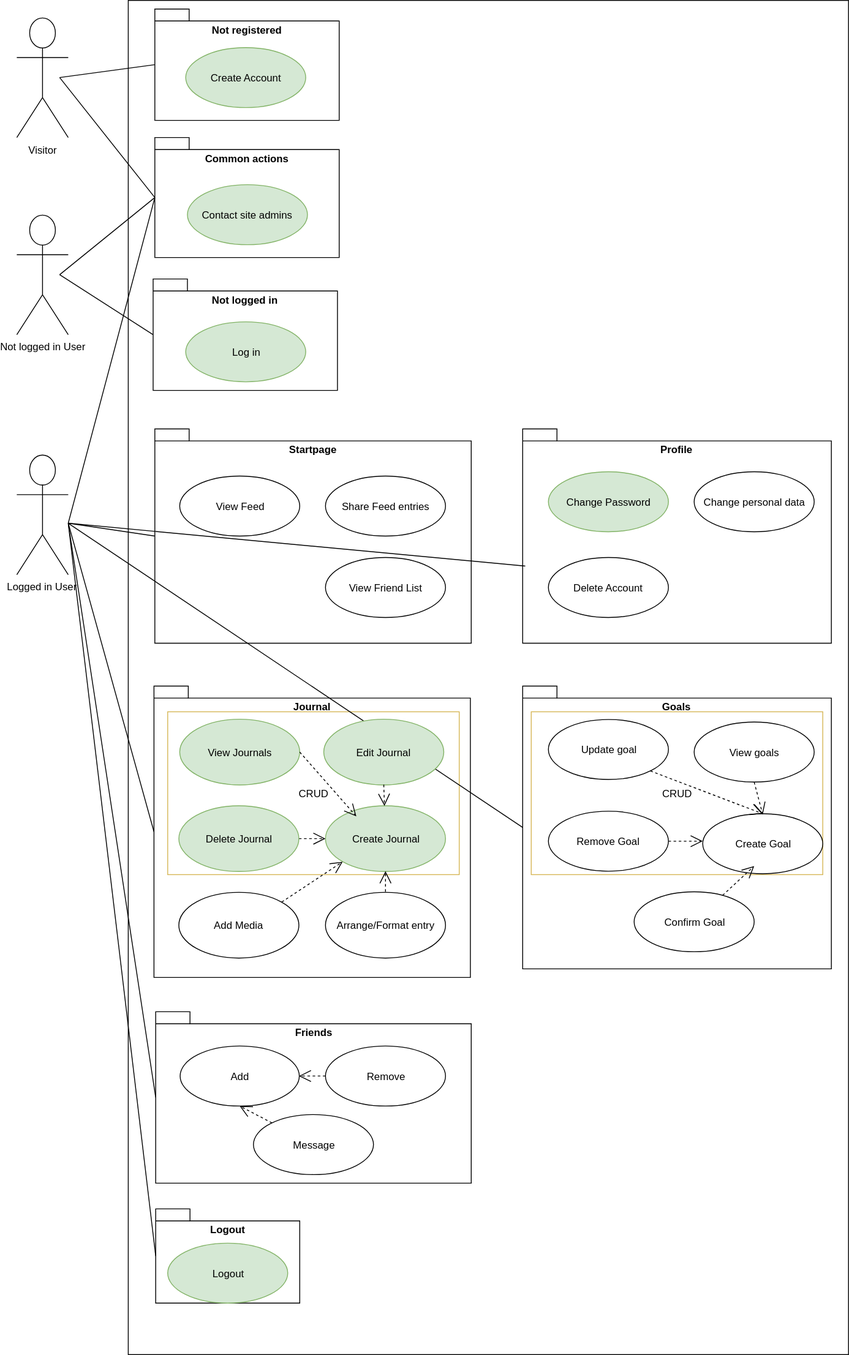
This is documentation/images/UCD.svg from Toaster996/softwareengineering, a draw.io export, as it was before one commit. Source tidied: cells renumbered, new cells last; positions are measured from the earlier drawing's top-left corner, leaving out a move shared by most shapes.
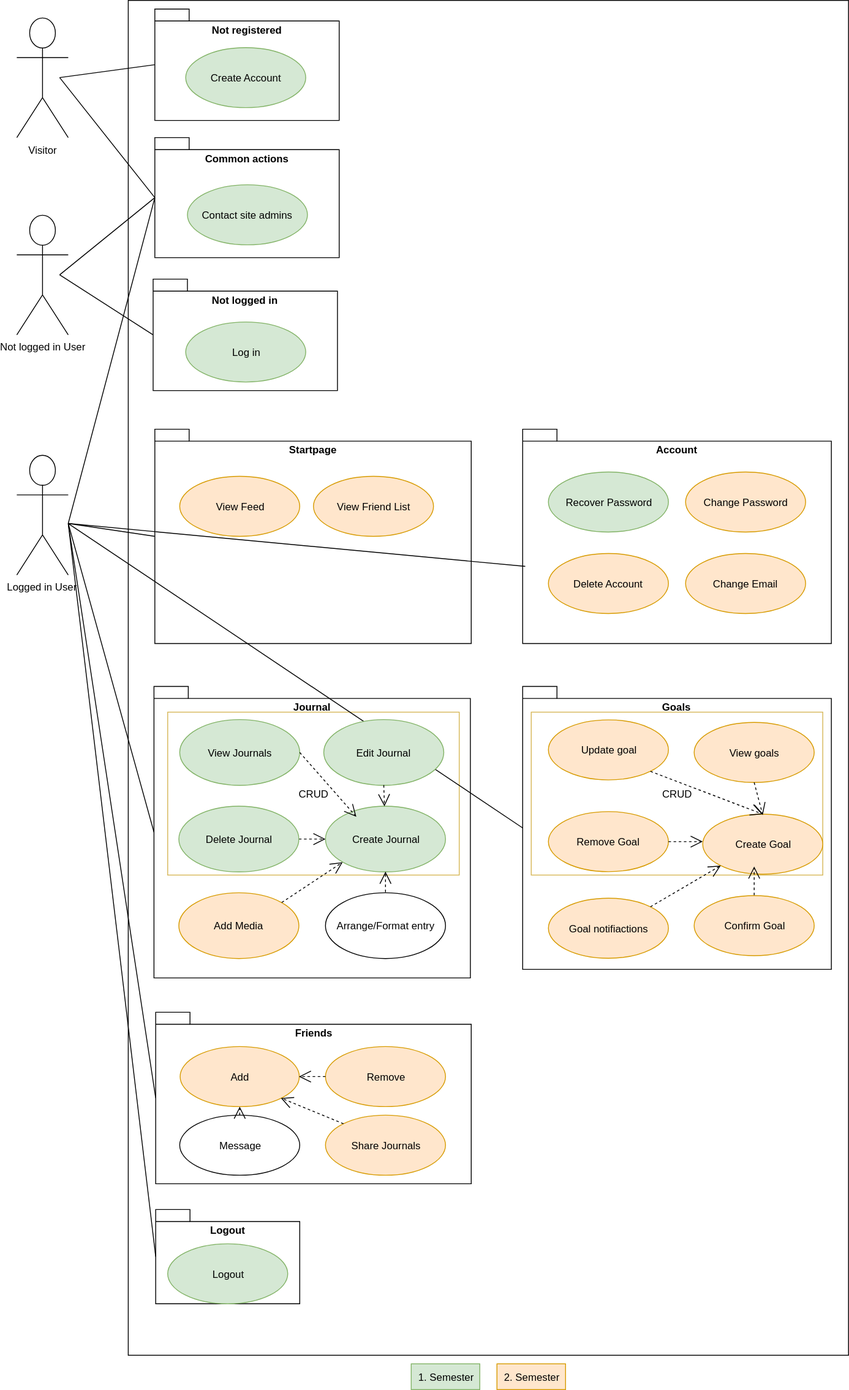
The same diagram one commit later.

Diff of the diagram source:
```diff
@@ -5,6 +5,9 @@
     <mxCell id="2" value="&lt;div&gt;&lt;br&gt;&lt;/div&gt;&lt;div&gt;&lt;br&gt;&lt;/div&gt;" style="html=1;" parent="1" vertex="1">
       <mxGeometry x="130" width="840" height="1580" as="geometry" />
     </mxCell>
+    <mxCell id="66" value="Account" style="shape=folder;fontStyle=1;spacingTop=10;tabWidth=40;tabHeight=14;tabPosition=left;html=1;verticalAlign=top;" parent="1" vertex="1">
+      <mxGeometry x="590" y="500" width="360" height="250" as="geometry" />
+    </mxCell>
     <mxCell id="3" value="Journal" style="shape=folder;fontStyle=1;spacingTop=10;tabWidth=40;tabHeight=14;tabPosition=left;html=1;verticalAlign=top;" parent="1" vertex="1">
       <mxGeometry x="160" y="800" width="369" height="340" as="geometry" />
     </mxCell>
@@ -76,52 +79,43 @@
     <mxCell id="23" value="Startpa&lt;span&gt;ge&lt;/span&gt;" style="shape=folder;fontStyle=1;spacingTop=10;tabWidth=40;tabHeight=14;tabPosition=left;html=1;verticalAlign=top;" parent="1" vertex="1">
       <mxGeometry x="161" y="500" width="369" height="250" as="geometry" />
     </mxCell>
-    <mxCell id="24" value="View Feed" style="ellipse;whiteSpace=wrap;html=1;fillColor=#ffffff;strokeColor=#000000;" parent="1" vertex="1">
+    <mxCell id="24" value="View Feed" style="ellipse;whiteSpace=wrap;html=1;fillColor=#ffe6cc;strokeColor=#d79b00;" parent="1" vertex="1">
       <mxGeometry x="190" y="555" width="140" height="70" as="geometry" />
     </mxCell>
-    <mxCell id="25" value="Share Feed entries" style="ellipse;whiteSpace=wrap;html=1;" parent="1" vertex="1">
-      <mxGeometry x="360" y="555" width="140" height="70" as="geometry" />
-    </mxCell>
     <mxCell id="26" style="endArrow=none;html=1;entryX=0;entryY=0.5;" parent="1" edge="1" target="3">
       <mxGeometry relative="1" as="geometry">
         <mxPoint x="60" y="610" as="sourcePoint" />
       </mxGeometry>
     </mxCell>
-    <mxCell id="27" value="View Friend List" style="ellipse;whiteSpace=wrap;html=1;" parent="1" vertex="1">
-      <mxGeometry x="360" y="650" width="140" height="70" as="geometry" />
+    <mxCell id="27" value="View Friend List" style="ellipse;whiteSpace=wrap;html=1;fillColor=#ffe6cc;strokeColor=#d79b00;" parent="1" vertex="1">
+      <mxGeometry x="346" y="554.5" width="140" height="70" as="geometry" />
     </mxCell>
-    <mxCell id="28" value="Profile" style="shape=folder;fontStyle=1;spacingTop=10;tabWidth=40;tabHeight=14;tabPosition=left;html=1;verticalAlign=top;" parent="1" vertex="1">
-      <mxGeometry x="590" y="500" width="360" height="250" as="geometry" />
-    </mxCell>
     <mxCell id="29" style="endArrow=none;html=1;entryX=0;entryY=0.5;" parent="1" edge="1" target="17">
       <mxGeometry relative="1" as="geometry">
         <mxPoint x="60" y="610" as="sourcePoint" />
       </mxGeometry>
     </mxCell>
-    <mxCell id="30" value="Change Password" style="ellipse;whiteSpace=wrap;html=1;fillColor=#d5e8d4;strokeColor=#82b366;" parent="1" vertex="1">
+    <mxCell id="30" value="Recover Password" style="ellipse;whiteSpace=wrap;html=1;fillColor=#d5e8d4;strokeColor=#82b366;" parent="1" vertex="1">
       <mxGeometry x="620" y="550" width="140" height="70" as="geometry" />
     </mxCell>
-    <mxCell id="31" value="Change personal data" style="ellipse;whiteSpace=wrap;html=1;fillColor=#ffffff;strokeColor=#000000;" parent="1" vertex="1">
-      <mxGeometry x="790" y="550" width="140" height="70" as="geometry" />
-    </mxCell>
-    <mxCell id="32" value="Delete Account" style="ellipse;whiteSpace=wrap;html=1;fillColor=#ffffff;strokeColor=#000000;" parent="1" vertex="1">
-      <mxGeometry x="620" y="650" width="140" height="70" as="geometry" />
+    <mxCell id="32" value="Delete Account" style="ellipse;whiteSpace=wrap;html=1;fillColor=#ffe6cc;strokeColor=#d79b00;" parent="1" vertex="1">
+      <mxGeometry x="620" y="645" width="140" height="70" as="geometry" />
     </mxCell>
     <mxCell id="33" style="endArrow=none;html=1;entryX=0;entryY=0.5;" parent="1" edge="1" target="38">
       <mxGeometry relative="1" as="geometry">
         <mxPoint x="60" y="610" as="sourcePoint" />
       </mxGeometry>
     </mxCell>
-    <mxCell id="34" value="Create Goal" style="ellipse;whiteSpace=wrap;html=1;fillColor=#ffffff;strokeColor=#000000;" parent="1" vertex="1">
+    <mxCell id="34" value="Create Goal" style="ellipse;whiteSpace=wrap;html=1;fillColor=#ffe6cc;strokeColor=#d79b00;" parent="1" vertex="1">
       <mxGeometry x="800" y="949" width="140" height="70" as="geometry" />
     </mxCell>
-    <mxCell id="35" value="Confirm Goal" style="ellipse;whiteSpace=wrap;html=1;fillColor=#ffffff;strokeColor=#000000;" parent="1" vertex="1">
-      <mxGeometry x="720" y="1040" width="140" height="70" as="geometry" />
+    <mxCell id="35" value="Confirm Goal" style="ellipse;whiteSpace=wrap;html=1;fillColor=#ffe6cc;strokeColor=#d79b00;" parent="1" vertex="1">
+      <mxGeometry x="790" y="1043.5" width="140" height="70" as="geometry" />
     </mxCell>
-    <mxCell id="36" value="Remove Goal" style="ellipse;whiteSpace=wrap;html=1;fillColor=#ffffff;strokeColor=#000000;" parent="1" vertex="1">
+    <mxCell id="36" value="Remove Goal" style="ellipse;whiteSpace=wrap;html=1;fillColor=#ffe6cc;strokeColor=#d79b00;" parent="1" vertex="1">
       <mxGeometry x="620" y="946" width="140" height="70" as="geometry" />
     </mxCell>
-    <mxCell id="37" value="Update goal" style="ellipse;whiteSpace=wrap;html=1;fillColor=#ffffff;strokeColor=#000000;" parent="1" vertex="1">
+    <mxCell id="37" value="Update goal" style="ellipse;whiteSpace=wrap;html=1;fillColor=#ffe6cc;strokeColor=#d79b00;" parent="1" vertex="1">
       <mxGeometry x="620" y="839" width="140" height="70" as="geometry" />
     </mxCell>
     <mxCell id="38" value="Friends" style="shape=folder;fontStyle=1;spacingTop=10;tabWidth=40;tabHeight=14;tabPosition=left;html=1;verticalAlign=top;" parent="1" vertex="1">
@@ -137,19 +131,20 @@
         <mxPoint x="60" y="610" as="sourcePoint" />
       </mxGeometry>
     </mxCell>
-    <mxCell id="41" style="endArrow=none;html=1;entryX=0.009;entryY=0.641;entryPerimeter=0;" parent="1" edge="1" target="28">
+    <mxCell id="41" style="endArrow=none;html=1;entryX=0.009;entryY=0.641;entryPerimeter=0;" parent="1" edge="1">
       <mxGeometry relative="1" as="geometry">
         <mxPoint x="60" y="610" as="sourcePoint" />
+        <mxPoint x="593" y="660" as="targetPoint" />
       </mxGeometry>
     </mxCell>
-    <mxCell id="42" value="Add" style="ellipse;whiteSpace=wrap;html=1;" parent="1" vertex="1">
+    <mxCell id="42" value="Add" style="ellipse;whiteSpace=wrap;html=1;fillColor=#ffe6cc;strokeColor=#d79b00;" parent="1" vertex="1">
       <mxGeometry x="190" y="1220" width="139" height="70" as="geometry" />
     </mxCell>
-    <mxCell id="43" value="Remove" style="ellipse;whiteSpace=wrap;html=1;" parent="1" vertex="1">
+    <mxCell id="43" value="Remove" style="ellipse;whiteSpace=wrap;html=1;fillColor=#ffe6cc;strokeColor=#d79b00;" parent="1" vertex="1">
       <mxGeometry x="360" y="1220" width="140" height="70" as="geometry" />
     </mxCell>
-    <mxCell id="44" value="Message" style="ellipse;whiteSpace=wrap;html=1;" parent="1" vertex="1">
-      <mxGeometry x="276" y="1300" width="140" height="70" as="geometry" />
+    <mxCell id="44" value="Message" style="ellipse;whiteSpace=wrap;html=1;fillColor=#ffffff;strokeColor=#000000;" parent="1" vertex="1">
+      <mxGeometry x="190" y="1300" width="140" height="70" as="geometry" />
     </mxCell>
     <mxCell id="45" value="Logout" style="shape=folder;fontStyle=1;spacingTop=10;tabWidth=40;tabHeight=14;tabPosition=left;html=1;verticalAlign=top;" parent="1" vertex="1">
       <mxGeometry x="162" y="1410" width="168" height="110" as="geometry" />
@@ -181,7 +176,7 @@
     <mxCell id="52" style="endArrow=open;endSize=12;dashed=1;html=1;exitX=1;exitY=1;entryX=0.5;entryY=0;" parent="1" edge="1" source="37" target="34">
       <mxGeometry relative="1" as="geometry" />
     </mxCell>
-    <mxCell id="53" value="View goals" style="ellipse;whiteSpace=wrap;html=1;fillColor=#ffffff;strokeColor=#000000;" parent="1" vertex="1">
+    <mxCell id="53" value="View goals" style="ellipse;whiteSpace=wrap;html=1;fillColor=#ffe6cc;strokeColor=#d79b00;" parent="1" vertex="1">
       <mxGeometry x="790" y="842" width="140" height="70" as="geometry" />
     </mxCell>
     <mxCell id="54" style="endArrow=open;endSize=12;dashed=1;html=1;exitX=0.5;exitY=1;" parent="1" edge="1" source="53">
@@ -195,10 +190,10 @@
     <mxCell id="56" value="Edit Journal" style="ellipse;whiteSpace=wrap;html=1;fillColor=#d5e8d4;strokeColor=#82b366;" parent="1" vertex="1">
       <mxGeometry x="358" y="838.8" width="140" height="76.7" as="geometry" />
     </mxCell>
-    <mxCell id="57" value="Add Media" style="ellipse;whiteSpace=wrap;html=1;fillColor=#ffffff;strokeColor=#000000;" parent="1" vertex="1">
+    <mxCell id="57" value="Add Media" style="ellipse;whiteSpace=wrap;html=1;fillColor=#ffe6cc;strokeColor=#d79b00;" parent="1" vertex="1">
       <mxGeometry x="189" y="1040.4" width="140" height="76.7" as="geometry" />
     </mxCell>
-    <mxCell id="58" value="Arrange/Format entry" style="ellipse;whiteSpace=wrap;html=1;" parent="1" vertex="1">
+    <mxCell id="58" value="Arrange/Format entry" style="ellipse;whiteSpace=wrap;html=1;fillColor=#ffffff;strokeColor=#000000;" parent="1" vertex="1">
       <mxGeometry x="360" y="1040.4" width="140" height="76.7" as="geometry" />
     </mxCell>
     <mxCell id="59" style="endArrow=open;endSize=12;dashed=1;html=1;exitX=0.5;exitY=1;" parent="1" edge="1" source="56" target="55">
@@ -222,5 +217,29 @@
     <mxCell id="65" style="endArrow=open;endSize=12;dashed=1;html=1;exitX=1;exitY=0.5;entryX=0.254;entryY=0.16;entryPerimeter=0;" parent="1" edge="1" source="62" target="55">
       <mxGeometry relative="1" as="geometry" />
     </mxCell>
+    <mxCell id="67" value="Change Email" style="ellipse;whiteSpace=wrap;html=1;fillColor=#ffe6cc;strokeColor=#d79b00;" parent="1" vertex="1">
+      <mxGeometry x="780" y="645" width="140" height="70" as="geometry" />
+    </mxCell>
+    <mxCell id="68" value="Change Password" style="ellipse;whiteSpace=wrap;html=1;fillColor=#ffe6cc;strokeColor=#d79b00;" parent="1" vertex="1">
+      <mxGeometry x="780" y="550" width="140" height="70" as="geometry" />
+    </mxCell>
+    <mxCell id="69" value="1. Semester" style="rounded=0;whiteSpace=wrap;html=1;shadow=0;strokeColor=#82b366;strokeWidth=1;fillColor=#d5e8d4;" parent="1" vertex="1">
+      <mxGeometry x="460" y="1590" width="80" height="30" as="geometry" />
+    </mxCell>
+    <mxCell id="70" value="2. Semester" style="rounded=0;whiteSpace=wrap;html=1;shadow=0;strokeColor=#d79b00;strokeWidth=1;fillColor=#ffe6cc;" parent="1" vertex="1">
+      <mxGeometry x="560" y="1590" width="80" height="30" as="geometry" />
+    </mxCell>
+    <mxCell id="71" value="Goal notifiactions" style="ellipse;whiteSpace=wrap;html=1;fillColor=#ffe6cc;strokeColor=#d79b00;" parent="1" vertex="1">
+      <mxGeometry x="620" y="1047" width="140" height="70" as="geometry" />
+    </mxCell>
+    <mxCell id="72" style="endArrow=open;endSize=12;dashed=1;html=1;exitX=1;exitY=0;entryX=0;entryY=1;" parent="1" edge="1" source="71" target="34">
+      <mxGeometry relative="1" as="geometry" />
+    </mxCell>
+    <mxCell id="73" value="Share Journals&lt;br&gt;" style="ellipse;whiteSpace=wrap;html=1;fillColor=#ffe6cc;strokeColor=#d79b00;" parent="1" vertex="1">
+      <mxGeometry x="360" y="1300" width="140" height="70" as="geometry" />
+    </mxCell>
+    <mxCell id="74" style="endArrow=open;endSize=12;dashed=1;html=1;entryX=1;entryY=1;exitX=0;exitY=0;" parent="1" edge="1" source="73" target="42">
+      <mxGeometry relative="1" as="geometry" />
+    </mxCell>
   </root>
 </mxGraphModel>
```
